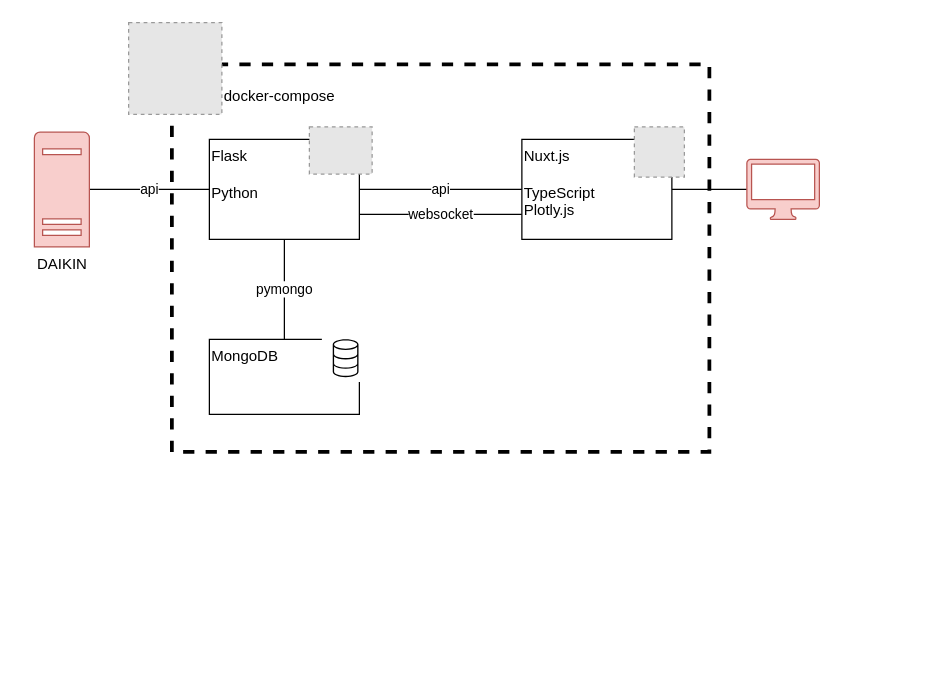
akiraseto/airwatch keeps this draw.io diagram as doc/airwatch-system-overview.drawio. Above is the earlier version. Source tidied: cells renumbered, new cells numbered last; positions are measured from the earlier drawing's top-left corner, leaving out a move shared by most shapes. Both pictures are drawn from the tidied source at 125%, with x=0, y=0 at pixel (34, 22). Pictures stored in the file or linked from it are replaced by grey dashed boxes.
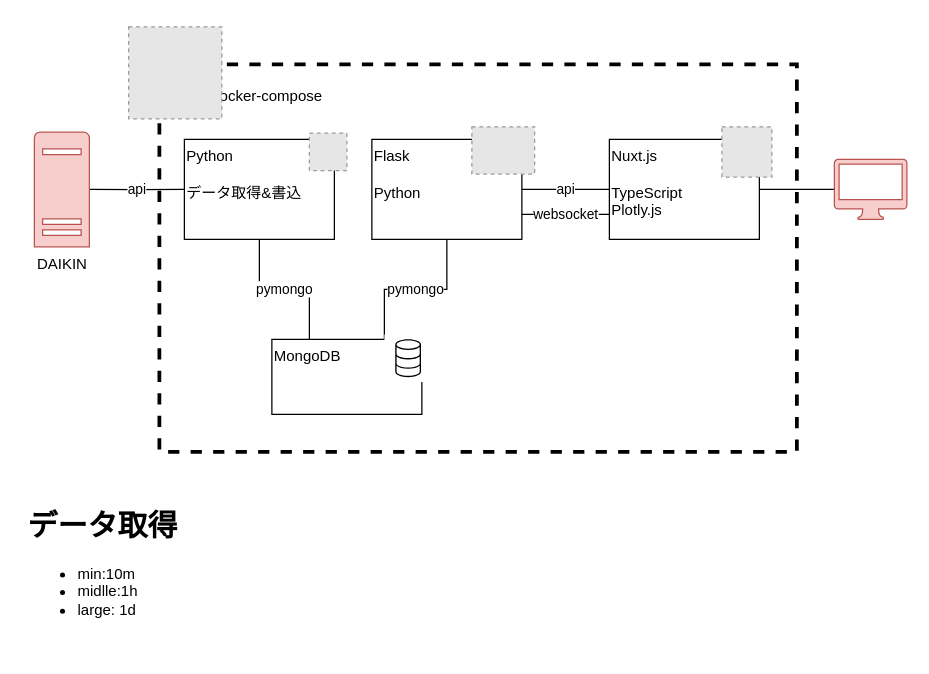
Above is the later version.

Commit message:
システム図追記

Unchanged cells that the change refers to:
```xml
<mxCell id="12" value="DAIKIN" style="shadow=0;dashed=0;html=1;strokeColor=#b85450;labelPosition=center;verticalLabelPosition=bottom;verticalAlign=top;align=center;shape=mxgraph.mscae.enterprise.server_generic;fillColor=#f8cecc;" parent="1" vertex="1">
  <mxGeometry y="87.2" width="44" height="91.7" as="geometry" />
</mxCell>
```

Change to the diagram source:
```diff
@@
     <mxCell id="2" value="&lt;blockquote style=&quot;margin: 0 0 0 40px ; border: none ; padding: 0px&quot;&gt;&lt;p style=&quot;line-height: 120%&quot;&gt;docker-compose&lt;/p&gt;&lt;/blockquote&gt;" style="whiteSpace=wrap;html=1;dashed=1;align=left;verticalAlign=top;strokeWidth=3;horizontal=1;" parent="1" vertex="1">
-      <mxGeometry x="110" y="33" width="430" height="310" as="geometry" />
+      <mxGeometry x="100" y="33" width="510" height="310" as="geometry" />
     </mxCell>
-    <mxCell id="3" value="api" style="edgeStyle=orthogonalEdgeStyle;jettySize=auto;html=1;exitX=1;exitY=0.5;exitDx=0;exitDy=0;endArrow=none;endFill=0;" parent="1" edge="1" source="5" target="8">
+    <mxCell id="3" value="api" style="edgeStyle=orthogonalEdgeStyle;jettySize=auto;html=1;exitX=1;exitY=0.5;exitDx=0;exitDy=0;endArrow=none;endFill=0;rounded=0;" parent="1" edge="1" source="5" target="8">
       <mxGeometry relative="1" as="geometry" />
     </mxCell>
-    <mxCell id="4" value="websocket" style="edgeStyle=orthogonalEdgeStyle;jettySize=auto;html=1;exitX=1;exitY=0.75;exitDx=0;exitDy=0;entryX=0;entryY=0.75;entryDx=0;entryDy=0;endArrow=none;endFill=0;" parent="1" edge="1" source="5" target="8">
+    <mxCell id="4" value="websocket" style="edgeStyle=orthogonalEdgeStyle;jettySize=auto;html=1;exitX=1;exitY=0.75;exitDx=0;exitDy=0;entryX=0;entryY=0.75;entryDx=0;entryDy=0;endArrow=none;endFill=0;rounded=0;" parent="1" edge="1" source="5" target="8">
       <mxGeometry relative="1" as="geometry" />
     </mxCell>
-    <mxCell id="5" value="Flask&lt;br&gt;&lt;br&gt;&lt;div style=&quot;&quot;&gt;Python&lt;/div&gt;" style="whiteSpace=wrap;html=1;verticalAlign=top;align=left;" parent="1" vertex="1">
-      <mxGeometry x="140" y="93" width="120" height="80" as="geometry" />
-    </mxCell>
     <mxCell id="6" style="fillColor=#E6E6E6;strokeColor=#999999;dashed=1;verticalLabelPosition=bottom;verticalAlign=top;" parent="1" vertex="1">
-      <mxGeometry x="75.4" y="-0.5" width="74.6" height="73.5" as="geometry" />
+      <mxGeometry x="75.4" y="3" width="74.6" height="73.5" as="geometry" />
     </mxCell>
-    <mxCell id="7" style="edgeStyle=orthogonalEdgeStyle;jettySize=auto;html=1;endArrow=none;endFill=0;" parent="1" edge="1" source="8" target="14">
+    <mxCell id="7" style="edgeStyle=orthogonalEdgeStyle;jettySize=auto;html=1;endArrow=none;endFill=0;rounded=0;" parent="1" edge="1" source="8" target="14">
       <mxGeometry relative="1" as="geometry" />
     </mxCell>
     <mxCell id="8" value="Nuxt.js&lt;br&gt;&lt;br&gt;&lt;blockquote style=&quot;margin: 0 0 0 40px ; border: none ; padding: 0px&quot;&gt;&lt;/blockquote&gt;&lt;span&gt;TypeScript&lt;/span&gt;&lt;br&gt;&lt;span&gt;Plotly.js&lt;/span&gt;" style="whiteSpace=wrap;html=1;verticalAlign=top;align=left;" parent="1" vertex="1">
-      <mxGeometry x="390" y="93" width="120" height="80" as="geometry" />
+      <mxGeometry x="460" y="93" width="120" height="80" as="geometry" />
     </mxCell>
-    <mxCell id="9" value="pymongo" style="edgeStyle=orthogonalEdgeStyle;jettySize=auto;html=1;endArrow=none;endFill=0;" parent="1" edge="1" source="10" target="5">
+    <mxCell id="9" value="pymongo" style="edgeStyle=orthogonalEdgeStyle;jettySize=auto;html=1;endArrow=none;endFill=0;rounded=0;exitX=0.75;exitY=0;exitDx=0;exitDy=0;" parent="1" edge="1" source="10" target="5">
       <mxGeometry relative="1" as="geometry" />
     </mxCell>
-    <mxCell id="10" value="MongoDB" style="whiteSpace=wrap;html=1;verticalAlign=top;align=left;" parent="1" vertex="1">
-      <mxGeometry x="140" y="253" width="120" height="60" as="geometry" />
-    </mxCell>
-    <mxCell id="11" value="api" style="edgeStyle=orthogonalEdgeStyle;jettySize=auto;html=1;exitX=1;exitY=0.5;exitDx=0;exitDy=0;exitPerimeter=0;endArrow=none;endFill=0;" parent="1" edge="1" source="12" target="5">
+    <mxCell id="11" value="api" style="edgeStyle=orthogonalEdgeStyle;jettySize=auto;html=1;exitX=1;exitY=0.5;exitDx=0;exitDy=0;exitPerimeter=0;endArrow=none;endFill=0;rounded=0;entryX=0;entryY=0.5;entryDx=0;entryDy=0;" parent="1" edge="1" source="12" target="20">
       <mxGeometry relative="1" as="geometry" />
     </mxCell>
@@
+    <mxCell id="14" style="shadow=0;dashed=0;html=1;strokeColor=#b85450;labelPosition=center;verticalLabelPosition=bottom;verticalAlign=top;outlineConnect=0;align=center;shape=mxgraph.office.devices.mac_client;fillColor=#f8cecc;" parent="1" vertex="1">
+      <mxGeometry x="640" y="109" width="58" height="48" as="geometry" />
+    </mxCell>
+    <mxCell id="16" style="fillColor=#E6E6E6;strokeColor=#999999;dashed=1;verticalLabelPosition=bottom;verticalAlign=top;" parent="1" vertex="1">
+      <mxGeometry x="550" y="83" width="40" height="40.1" as="geometry" />
+    </mxCell>
+    <mxCell id="17" style="group;" parent="1" vertex="1">
+      <mxGeometry x="270" y="83" width="130.2" height="90" as="geometry" />
+    </mxCell>
+    <mxCell id="5" value="Flask&lt;br&gt;&lt;br&gt;&lt;div style=&quot;&quot;&gt;Python&lt;/div&gt;" style="whiteSpace=wrap;html=1;verticalAlign=top;align=left;" parent="17" vertex="1">
+      <mxGeometry y="10" width="120" height="80" as="geometry" />
+    </mxCell>
+    <mxCell id="15" style="fillColor=#E6E6E6;strokeColor=#999999;dashed=1;verticalLabelPosition=bottom;verticalAlign=top;" parent="17" vertex="1">
+      <mxGeometry x="80" width="50.2" height="37.7" as="geometry" />
+    </mxCell>
+    <mxCell id="18" style="group;" parent="1" vertex="1">
+      <mxGeometry x="190" y="249" width="128" height="64" as="geometry" />
+    </mxCell>
+    <mxCell id="10" value="MongoDB" style="whiteSpace=wrap;html=1;verticalAlign=top;align=left;" parent="18" vertex="1">
+      <mxGeometry y="4" width="120" height="60" as="geometry" />
+    </mxCell>
-    <mxCell id="13" style="gradientDirection=north;dashed=0;verticalLabelPosition=bottom;verticalAlign=top;align=center;html=1;fontSize=12;fontStyle=0;shape=mxgraph.aws4.resourceIcon;resIcon=mxgraph.aws4.database;" parent="1" vertex="1">
-      <mxGeometry x="230" y="249" width="38" height="38" as="geometry" />
+    <mxCell id="13" style="gradientDirection=north;dashed=0;verticalLabelPosition=bottom;verticalAlign=top;align=center;html=1;fontSize=12;fontStyle=0;shape=mxgraph.aws4.resourceIcon;resIcon=mxgraph.aws4.database;" parent="18" vertex="1">
+      <mxGeometry x="90" width="38" height="38" as="geometry" />
     </mxCell>
-    <mxCell id="14" style="shadow=0;dashed=0;html=1;strokeColor=#b85450;labelPosition=center;verticalLabelPosition=bottom;verticalAlign=top;outlineConnect=0;align=center;shape=mxgraph.office.devices.mac_client;fillColor=#f8cecc;" parent="1" vertex="1">
-      <mxGeometry x="570" y="109" width="58" height="48" as="geometry" />
-    </mxCell>
-    <mxCell id="15" style="fillColor=#E6E6E6;strokeColor=#999999;dashed=1;verticalLabelPosition=bottom;verticalAlign=top;" parent="1" vertex="1">
-      <mxGeometry x="220" y="83" width="50.2" height="37.7" as="geometry" />
-    </mxCell>
-    <mxCell id="16" style="fillColor=#E6E6E6;strokeColor=#999999;dashed=1;verticalLabelPosition=bottom;verticalAlign=top;" parent="1" vertex="1">
-      <mxGeometry x="480" y="83" width="40" height="40.1" as="geometry" />
-    </mxCell>
+    <mxCell id="19" style="group;" parent="1" vertex="1">
+      <mxGeometry x="120" y="88" width="130" height="85" as="geometry" />
+    </mxCell>
+    <mxCell id="20" value="&lt;span&gt;Python&lt;br&gt;&lt;/span&gt;&lt;br&gt;データ取得&amp;amp;書込" style="whiteSpace=wrap;html=1;verticalAlign=top;align=left;" parent="19" vertex="1">
+      <mxGeometry y="5" width="120" height="80" as="geometry" />
+    </mxCell>
+    <mxCell id="21" style="fillColor=#E6E6E6;strokeColor=#999999;dashed=1;verticalLabelPosition=bottom;labelBackgroundColor=#ffffff;verticalAlign=top;" parent="19" vertex="1">
+      <mxGeometry x="100" width="30" height="30" as="geometry" />
+    </mxCell>
+    <mxCell id="22" value="pymongo" style="edgeStyle=orthogonalEdgeStyle;rounded=0;jettySize=auto;html=1;exitX=0.5;exitY=1;exitDx=0;exitDy=0;entryX=0.25;entryY=0;entryDx=0;entryDy=0;endArrow=none;endFill=0;" parent="1" edge="1" source="20" target="10">
+      <mxGeometry relative="1" as="geometry" />
+    </mxCell>
+    <mxCell id="23" value="&lt;h1&gt;データ取得&lt;/h1&gt;&lt;p&gt;&lt;ul&gt;&lt;li&gt;min:10m&lt;/li&gt;&lt;li&gt;midlle:1h&lt;/li&gt;&lt;li&gt;large: 1d&lt;/li&gt;&lt;/ul&gt;&lt;/p&gt;" style="text;html=1;strokeColor=none;fillColor=none;spacing=5;spacingTop=-20;whiteSpace=wrap;overflow=hidden;rounded=0;" parent="1" vertex="1">
+      <mxGeometry x="-10" y="383" width="190" height="120" as="geometry" />
+    </mxCell>
```
